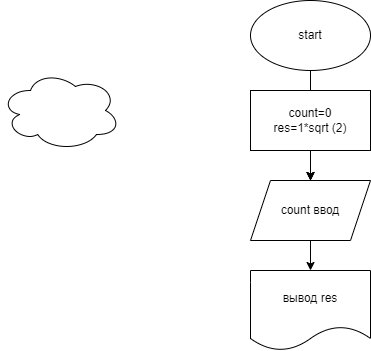
Before: dia.drawio.png, a diagram exported from draw.io (OlgaChi93/practice_temp). Source tidied: cells renumbered, new cells last; positions are measured from the earlier drawing's top-left corner, leaving out a move shared by most shapes.
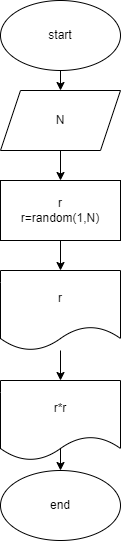
After the commit.

What changed in the source:
```diff
@@ -2,32 +2,45 @@
   <root>
     <mxCell id="0" />
     <mxCell id="1" parent="0" />
-    <mxCell id="2" style="edgeStyle=none;html=1;" parent="1" edge="1" source="4" target="8">
-      <mxGeometry relative="1" as="geometry" />
-    </mxCell>
-    <mxCell id="3" style="edgeStyle=none;html=1;" parent="1" edge="1" source="4" target="8">
-      <mxGeometry relative="1" as="geometry" />
-    </mxCell>
+    <mxCell id="11" style="edgeStyle=none;html=1;" parent="1" edge="1" source="4" target="14">
+      <mxGeometry relative="1" as="geometry" />
+    </mxCell>
     <mxCell id="4" value="start" style="ellipse;whiteSpace=wrap;html=1;" parent="1" vertex="1">
       <mxGeometry x="250" width="120" height="70" as="geometry" />
     </mxCell>
-    <mxCell id="5" style="edgeStyle=none;html=1;" parent="1" edge="1" source="6" target="8">
-      <mxGeometry relative="1" as="geometry" />
+    <mxCell id="5" style="edgeStyle=none;html=1;" parent="1" edge="1">
+      <mxGeometry relative="1" as="geometry">
+        <mxPoint x="310" y="150" as="sourcePoint" />
+        <mxPoint x="310" y="180" as="targetPoint" />
+      </mxGeometry>
     </mxCell>
-    <mxCell id="6" value="count=0&lt;br&gt;res=1*sqrt (2)" style="rounded=0;whiteSpace=wrap;html=1;" parent="1" vertex="1">
-      <mxGeometry x="250" y="90" width="120" height="60" as="geometry" />
-    </mxCell>
-    <mxCell id="7" style="edgeStyle=none;html=1;" parent="1" edge="1" source="8" target="9">
-      <mxGeometry relative="1" as="geometry" />
+    <mxCell id="7" style="edgeStyle=none;html=1;" parent="1" edge="1" target="9">
+      <mxGeometry relative="1" as="geometry">
+        <mxPoint x="310" y="240" as="sourcePoint" />
+      </mxGeometry>
     </mxCell>
-    <mxCell id="8" value="count ввод" style="shape=parallelogram;perimeter=parallelogramPerimeter;whiteSpace=wrap;html=1;fixedSize=1;" parent="1" vertex="1">
-      <mxGeometry x="250" y="180" width="120" height="60" as="geometry" />
-    </mxCell>
+    <mxCell id="12" style="edgeStyle=none;html=1;" parent="1" edge="1" target="16">
+      <mxGeometry relative="1" as="geometry">
+        <mxPoint x="310" y="440" as="sourcePoint" />
+      </mxGeometry>
+    </mxCell>
+    <mxCell id="13" style="edgeStyle=none;html=1;" parent="1" edge="1" source="9" target="17">
+      <mxGeometry relative="1" as="geometry" />
+    </mxCell>
-    <mxCell id="9" value="вывод res" style="shape=document;whiteSpace=wrap;html=1;boundedLbl=1;" parent="1" vertex="1">
+    <mxCell id="9" value="r" style="shape=document;whiteSpace=wrap;html=1;boundedLbl=1;" parent="1" vertex="1">
       <mxGeometry x="250" y="270" width="120" height="80" as="geometry" />
     </mxCell>
-    <mxCell id="10" style="ellipse;shape=cloud;whiteSpace=wrap;html=1;" parent="1" vertex="1">
-      <mxGeometry y="70" width="120" height="80" as="geometry" />
-    </mxCell>
+    <mxCell id="14" value="N" style="shape=parallelogram;perimeter=parallelogramPerimeter;whiteSpace=wrap;html=1;fixedSize=1;" parent="1" vertex="1">
+      <mxGeometry x="250" y="90" width="120" height="60" as="geometry" />
+    </mxCell>
+    <mxCell id="15" value="r&lt;br&gt;r=random(1,N)" style="rounded=0;whiteSpace=wrap;html=1;" parent="1" vertex="1">
+      <mxGeometry x="250" y="180" width="120" height="60" as="geometry" />
+    </mxCell>
+    <mxCell id="16" value="end" style="ellipse;whiteSpace=wrap;html=1;" parent="1" vertex="1">
+      <mxGeometry x="250" y="470" width="120" height="70" as="geometry" />
+    </mxCell>
+    <mxCell id="17" value="r*r" style="shape=document;whiteSpace=wrap;html=1;boundedLbl=1;" parent="1" vertex="1">
+      <mxGeometry x="250" y="380" width="120" height="80" as="geometry" />
+    </mxCell>
   </root>
 </mxGraphModel>
```
